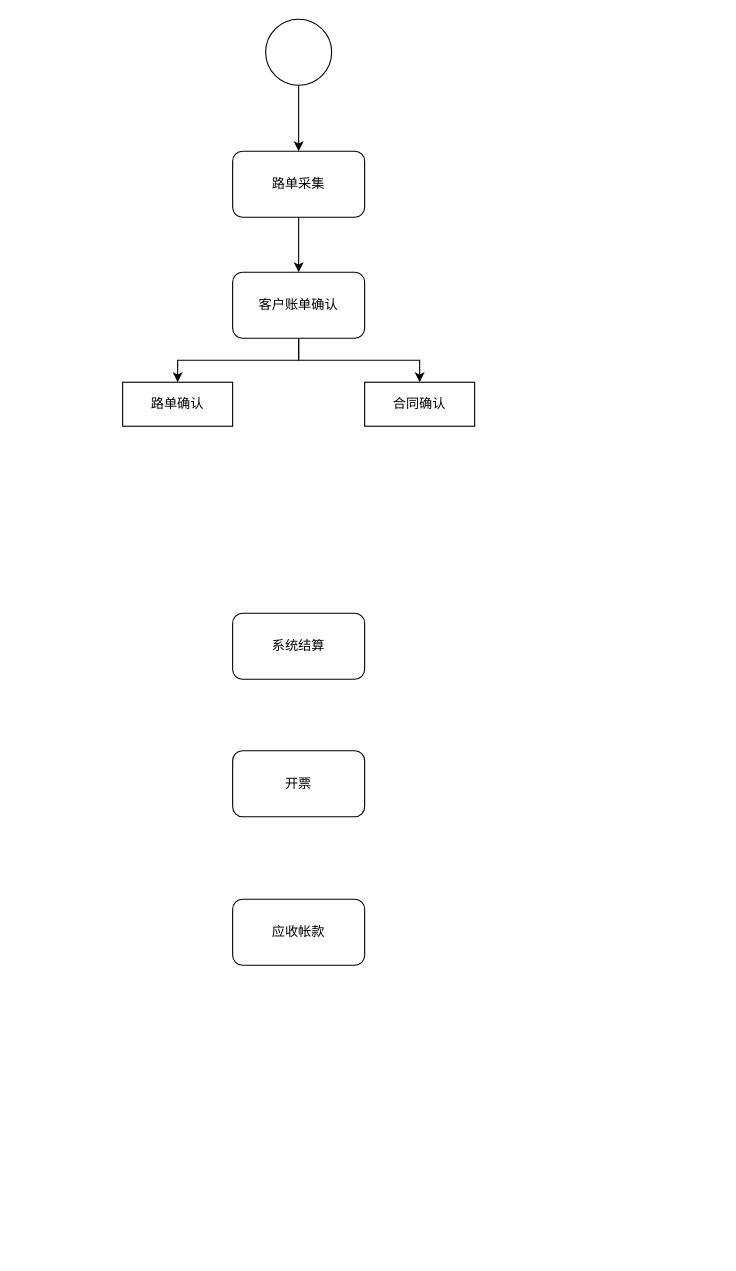
The draw.io diagram 结算流程图.drawio in ammengke/my-drawio, before the edit. Source tidied: cells renumbered, new cells numbered last; positions are measured from the earlier drawing's top-left corner, leaving out a move shared by most shapes. Both pictures are drawn from the tidied source at 110%, with x=0, y=0 at pixel (122, 19).
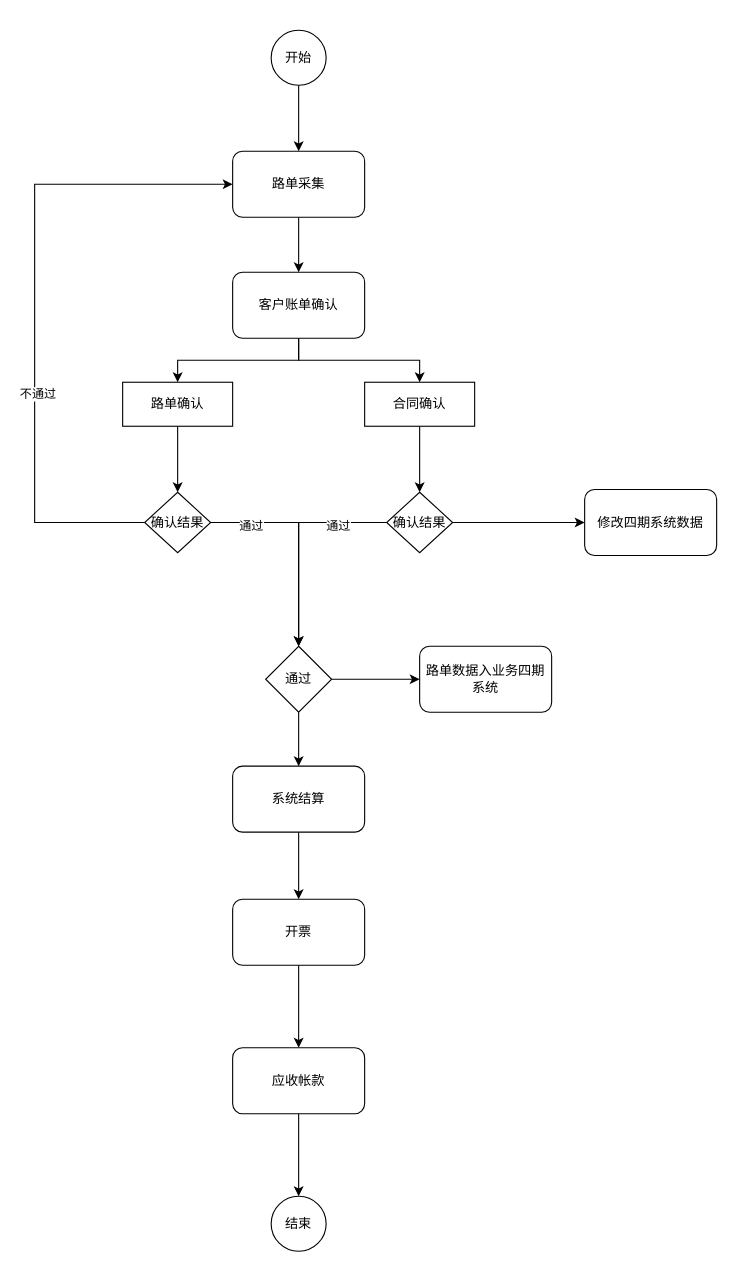
The same diagram, later.

Commit message (it also covers changes not shown here):
Update 结算流程图.drawio

The change refers to these unchanged cells:
```xml
<mxCell id="5" value="路单采集" style="rounded=1;whiteSpace=wrap;html=1;" parent="1" vertex="1">
  <mxGeometry x="100" y="120" width="120" height="60" as="geometry" />
</mxCell>
<mxCell id="12" value="路单确认" style="rounded=0;whiteSpace=wrap;html=1;" parent="1" vertex="1">
  <mxGeometry y="330" width="100" height="40" as="geometry" />
</mxCell>
<mxCell id="13" value="合同确认" style="rounded=0;whiteSpace=wrap;html=1;" parent="1" vertex="1">
  <mxGeometry x="220" y="330" width="100" height="40" as="geometry" />
</mxCell>
```

Change to the diagram source:
```diff
@@
-    <mxCell id="3" style="ellipse;whiteSpace=wrap;html=1;" parent="1" vertex="1">
-      <mxGeometry x="130" width="60" height="60" as="geometry" />
+    <mxCell id="3" value="开始" style="ellipse;whiteSpace=wrap;html=1;" parent="1" vertex="1">
+      <mxGeometry x="135" y="10" width="50" height="50" as="geometry" />
     </mxCell>
@@
+    <mxCell id="14" style="edgeStyle=orthogonalEdgeStyle;rounded=0;jettySize=auto;html=1;entryX=0.5;entryY=0;entryDx=0;entryDy=0;" parent="1" edge="1" source="9" target="10">
+      <mxGeometry relative="1" as="geometry" />
+    </mxCell>
     <mxCell id="9" value="系统结算" style="rounded=1;whiteSpace=wrap;html=1;" parent="1" vertex="1">
-      <mxGeometry x="100" y="540" width="120" height="60" as="geometry" />
+      <mxGeometry x="100" y="679" width="120" height="60" as="geometry" />
     </mxCell>
+    <mxCell id="15" style="edgeStyle=orthogonalEdgeStyle;rounded=0;jettySize=auto;html=1;" parent="1" edge="1" source="10" target="11">
+      <mxGeometry relative="1" as="geometry" />
+    </mxCell>
     <mxCell id="10" value="开票" style="rounded=1;whiteSpace=wrap;html=1;" parent="1" vertex="1">
-      <mxGeometry x="100" y="665" width="120" height="60" as="geometry" />
+      <mxGeometry x="100" y="800" width="120" height="60" as="geometry" />
     </mxCell>
+    <mxCell id="16" style="edgeStyle=orthogonalEdgeStyle;rounded=0;jettySize=auto;html=1;" parent="1" edge="1" source="11" target="32">
+      <mxGeometry relative="1" as="geometry" />
+    </mxCell>
     <mxCell id="11" value="应收帐款" style="rounded=1;whiteSpace=wrap;html=1;" parent="1" vertex="1">
-      <mxGeometry x="100" y="800" width="120" height="60" as="geometry" />
+      <mxGeometry x="100" y="935" width="120" height="60" as="geometry" />
     </mxCell>
+    <mxCell id="17" style="edgeStyle=orthogonalEdgeStyle;rounded=0;jettySize=auto;html=1;entryX=0.5;entryY=0;entryDx=0;entryDy=0;" parent="1" edge="1" source="12" target="26">
+      <mxGeometry relative="1" as="geometry" />
+    </mxCell>
@@
+    <mxCell id="18" style="edgeStyle=orthogonalEdgeStyle;rounded=0;jettySize=auto;html=1;entryX=0.5;entryY=0;entryDx=0;entryDy=0;" parent="1" edge="1" source="13" target="30">
+      <mxGeometry relative="1" as="geometry" />
+    </mxCell>
@@
+    <mxCell id="19" style="edgeStyle=orthogonalEdgeStyle;rounded=0;jettySize=auto;html=1;entryX=0;entryY=0.5;entryDx=0;entryDy=0;" parent="1" edge="1" source="21" target="31">
+      <mxGeometry relative="1" as="geometry" />
+    </mxCell>
+    <mxCell id="20" style="edgeStyle=orthogonalEdgeStyle;rounded=0;jettySize=auto;html=1;" parent="1" edge="1" source="21" target="9">
+      <mxGeometry relative="1" as="geometry" />
+    </mxCell>
+    <mxCell id="21" value="通过" style="rhombus;whiteSpace=wrap;html=1;" parent="1" vertex="1">
+      <mxGeometry x="130" y="570" width="60" height="60" as="geometry" />
+    </mxCell>
+    <mxCell id="22" style="edgeStyle=orthogonalEdgeStyle;rounded=0;jettySize=auto;html=1;entryX=0.5;entryY=0;entryDx=0;entryDy=0;" parent="1" edge="1" source="26" target="21">
+      <mxGeometry relative="1" as="geometry" />
+    </mxCell>
+    <mxCell id="23" value="通过" style="edgeLabel;html=1;align=center;verticalAlign=middle;" parent="22" vertex="1">
+      <mxGeometry x="-0.64" y="-2" relative="1" as="geometry">
+        <mxPoint x="1" y="1" as="offset" />
+      </mxGeometry>
+    </mxCell>
+    <mxCell id="24" style="edgeStyle=orthogonalEdgeStyle;rounded=0;jettySize=auto;html=1;entryX=0;entryY=0.5;entryDx=0;entryDy=0;" parent="1" edge="1" source="26" target="5">
+      <mxGeometry relative="1" as="geometry">
+        <Array as="points">
+          <mxPoint x="-80" y="458" />
+          <mxPoint x="-80" y="150" />
+        </Array>
+      </mxGeometry>
+    </mxCell>
+    <mxCell id="25" value="不通过" style="edgeLabel;html=1;align=center;verticalAlign=middle;" parent="24" vertex="1">
+      <mxGeometry x="-0.26" y="-1" relative="1" as="geometry">
+        <mxPoint x="1" as="offset" />
+      </mxGeometry>
+    </mxCell>
+    <mxCell id="26" value="确认结果" style="rhombus;whiteSpace=wrap;html=1;" parent="1" vertex="1">
+      <mxGeometry x="20" y="430" width="60" height="55" as="geometry" />
+    </mxCell>
+    <mxCell id="27" style="edgeStyle=orthogonalEdgeStyle;rounded=0;jettySize=auto;html=1;" parent="1" edge="1" source="30" target="21">
+      <mxGeometry relative="1" as="geometry" />
+    </mxCell>
+    <mxCell id="28" value="通过" style="edgeLabel;html=1;align=center;verticalAlign=middle;" parent="27" vertex="1">
+      <mxGeometry x="-0.53" y="3" relative="1" as="geometry" />
+    </mxCell>
+    <mxCell id="29" style="edgeStyle=orthogonalEdgeStyle;rounded=0;jettySize=auto;html=1;entryX=0;entryY=0.5;entryDx=0;entryDy=0;" parent="1" edge="1" source="30" target="33">
+      <mxGeometry relative="1" as="geometry" />
+    </mxCell>
+    <mxCell id="30" value="确认结果" style="rhombus;whiteSpace=wrap;html=1;" parent="1" vertex="1">
+      <mxGeometry x="240" y="430" width="60" height="55" as="geometry" />
+    </mxCell>
+    <mxCell id="31" value="路单数据入业务四期系统" style="rounded=1;whiteSpace=wrap;html=1;" parent="1" vertex="1">
+      <mxGeometry x="270" y="570" width="120" height="60" as="geometry" />
+    </mxCell>
+    <mxCell id="32" value="结束" style="ellipse;whiteSpace=wrap;html=1;" parent="1" vertex="1">
+      <mxGeometry x="135" y="1070" width="50" height="50" as="geometry" />
+    </mxCell>
+    <mxCell id="33" value="修改四期系统数据" style="rounded=1;whiteSpace=wrap;html=1;" parent="1" vertex="1">
+      <mxGeometry x="420" y="427.5" width="120" height="60" as="geometry" />
+    </mxCell>
```
